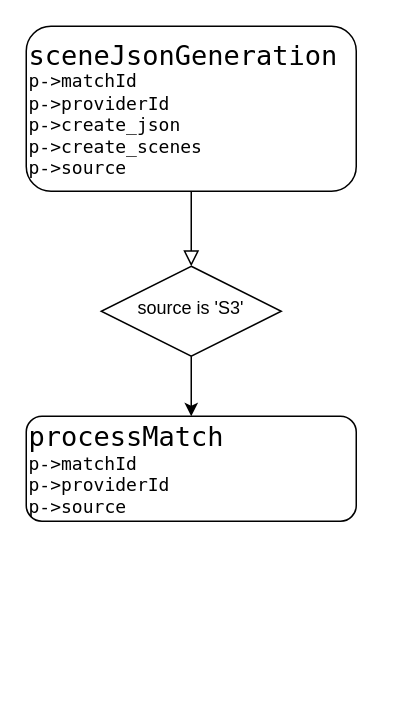
Before: SportsOne/Tactical Insight Generate Scene.drawio in wosary1984/draw.io, a draw.io diagram. Source tidied: cells renumbered, new cells numbered last; positions are measured from the earlier drawing's top-left corner, leaving out a move shared by most shapes. Both pictures are drawn from the tidied source at 150%, with x=0, y=0 at pixel (26, 26).
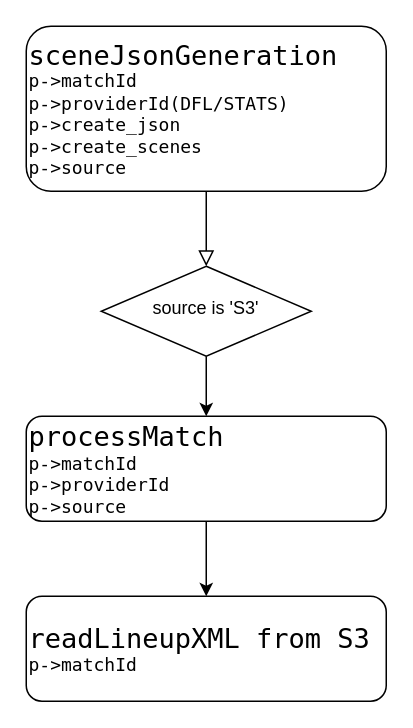
Above is the later version.

What changed in the source:
```diff
@@
 <mxGraphModel>
   <root>
     <mxCell id="0" />
     <mxCell id="1" parent="0" />
     <mxCell id="2" style="rounded=0;html=1;jettySize=auto;fontSize=11;endArrow=block;endFill=0;endSize=8;strokeWidth=1;shadow=0;labelBackgroundColor=none;edgeStyle=orthogonalEdgeStyle;" parent="1" edge="1" source="3" target="5">
       <mxGeometry relative="1" as="geometry" />
     </mxCell>
-    <mxCell id="3" value="&lt;span style=&quot;font-family: &amp;#34;menlo&amp;#34; , &amp;#34;monaco&amp;#34; , &amp;#34;courier new&amp;#34; , monospace ; white-space: pre&quot;&gt;&lt;font style=&quot;font-size: 18px&quot;&gt;sceneJsonGeneration&lt;/font&gt;&lt;br&gt;p-&amp;gt;matchId&lt;br&gt;p-&amp;gt;&lt;/span&gt;&lt;span style=&quot;font-family: &amp;#34;menlo&amp;#34; , &amp;#34;monaco&amp;#34; , &amp;#34;courier new&amp;#34; , monospace ; white-space: pre&quot;&gt;providerId&lt;br&gt;&lt;/span&gt;&lt;span style=&quot;font-family: &amp;#34;menlo&amp;#34; , &amp;#34;monaco&amp;#34; , &amp;#34;courier new&amp;#34; , monospace ; white-space: pre&quot;&gt;p-&amp;gt;&lt;/span&gt;&lt;span style=&quot;font-family: &amp;#34;menlo&amp;#34; , &amp;#34;monaco&amp;#34; , &amp;#34;courier new&amp;#34; , monospace ; white-space: pre&quot;&gt;create_json&lt;/span&gt;&lt;span style=&quot;font-family: &amp;#34;menlo&amp;#34; , &amp;#34;monaco&amp;#34; , &amp;#34;courier new&amp;#34; , monospace ; white-space: pre&quot;&gt;&lt;br&gt;p-&amp;gt;&lt;/span&gt;&lt;span style=&quot;font-family: &amp;#34;menlo&amp;#34; , &amp;#34;monaco&amp;#34; , &amp;#34;courier new&amp;#34; , monospace ; white-space: pre&quot;&gt;create_scenes&lt;/span&gt;&lt;span style=&quot;font-family: &amp;#34;menlo&amp;#34; , &amp;#34;monaco&amp;#34; , &amp;#34;courier new&amp;#34; , monospace ; white-space: pre&quot;&gt;&lt;br&gt;&lt;/span&gt;&lt;span style=&quot;font-family: &amp;#34;menlo&amp;#34; , &amp;#34;monaco&amp;#34; , &amp;#34;courier new&amp;#34; , monospace ; white-space: pre&quot;&gt;p-&amp;gt;&lt;/span&gt;&lt;span style=&quot;font-family: &amp;#34;menlo&amp;#34; , &amp;#34;monaco&amp;#34; , &amp;#34;courier new&amp;#34; , monospace ; white-space: pre&quot;&gt;source&lt;/span&gt;" style="rounded=1;whiteSpace=wrap;html=1;fontSize=12;glass=0;strokeWidth=1;shadow=0;align=left;fontColor=#000000;" parent="1" vertex="1">
-      <mxGeometry width="220" height="110" as="geometry" />
+    <mxCell id="3" value="&lt;span style=&quot;font-family: &amp;#34;menlo&amp;#34; , &amp;#34;monaco&amp;#34; , &amp;#34;courier new&amp;#34; , monospace ; white-space: pre&quot;&gt;&lt;font style=&quot;font-size: 18px&quot;&gt;sceneJsonGeneration&lt;/font&gt;&lt;br&gt;p-&amp;gt;matchId&lt;br&gt;p-&amp;gt;&lt;/span&gt;&lt;span style=&quot;font-family: &amp;#34;menlo&amp;#34; , &amp;#34;monaco&amp;#34; , &amp;#34;courier new&amp;#34; , monospace ; white-space: pre&quot;&gt;providerId(DFL/STATS)&lt;br&gt;&lt;/span&gt;&lt;span style=&quot;font-family: &amp;#34;menlo&amp;#34; , &amp;#34;monaco&amp;#34; , &amp;#34;courier new&amp;#34; , monospace ; white-space: pre&quot;&gt;p-&amp;gt;&lt;/span&gt;&lt;span style=&quot;font-family: &amp;#34;menlo&amp;#34; , &amp;#34;monaco&amp;#34; , &amp;#34;courier new&amp;#34; , monospace ; white-space: pre&quot;&gt;create_json&lt;/span&gt;&lt;span style=&quot;font-family: &amp;#34;menlo&amp;#34; , &amp;#34;monaco&amp;#34; , &amp;#34;courier new&amp;#34; , monospace ; white-space: pre&quot;&gt;&lt;br&gt;p-&amp;gt;&lt;/span&gt;&lt;span style=&quot;font-family: &amp;#34;menlo&amp;#34; , &amp;#34;monaco&amp;#34; , &amp;#34;courier new&amp;#34; , monospace ; white-space: pre&quot;&gt;create_scenes&lt;/span&gt;&lt;span style=&quot;font-family: &amp;#34;menlo&amp;#34; , &amp;#34;monaco&amp;#34; , &amp;#34;courier new&amp;#34; , monospace ; white-space: pre&quot;&gt;&lt;br&gt;&lt;/span&gt;&lt;span style=&quot;font-family: &amp;#34;menlo&amp;#34; , &amp;#34;monaco&amp;#34; , &amp;#34;courier new&amp;#34; , monospace ; white-space: pre&quot;&gt;p-&amp;gt;&lt;/span&gt;&lt;span style=&quot;font-family: &amp;#34;menlo&amp;#34; , &amp;#34;monaco&amp;#34; , &amp;#34;courier new&amp;#34; , monospace ; white-space: pre&quot;&gt;source&lt;/span&gt;" style="rounded=1;whiteSpace=wrap;html=1;fontSize=12;glass=0;strokeWidth=1;shadow=0;align=left;fontColor=#000000;" parent="1" vertex="1">
+      <mxGeometry width="240" height="110" as="geometry" />
     </mxCell>
     <mxCell id="4" style="edgeStyle=orthogonalEdgeStyle;rounded=0;jettySize=auto;html=1;fontColor=#000000;" parent="1" edge="1" source="5" target="6">
       <mxGeometry relative="1" as="geometry" />
     </mxCell>
     <mxCell id="5" value="source is 'S3'" style="rhombus;whiteSpace=wrap;html=1;shadow=0;fontFamily=Helvetica;fontSize=12;align=center;strokeWidth=1;spacing=6;spacingTop=-4;" parent="1" vertex="1">
-      <mxGeometry x="50" y="160" width="120" height="60" as="geometry" />
+      <mxGeometry x="50" y="160" width="140" height="60" as="geometry" />
     </mxCell>
+    <mxCell id="7" style="edgeStyle=orthogonalEdgeStyle;rounded=0;jettySize=auto;html=1;exitX=0.5;exitY=1;exitDx=0;exitDy=0;fontColor=#000000;" parent="1" edge="1" source="6" target="8">
+      <mxGeometry relative="1" as="geometry" />
+    </mxCell>
     <mxCell id="6" value="&lt;span style=&quot;font-family: &amp;#34;menlo&amp;#34; , &amp;#34;monaco&amp;#34; , &amp;#34;courier new&amp;#34; , monospace ; white-space: pre&quot;&gt;&lt;span style=&quot;font-size: 18px&quot;&gt;processMatch&lt;/span&gt;&lt;br&gt;p-&amp;gt;matchId&lt;br&gt;p-&amp;gt;&lt;/span&gt;&lt;span style=&quot;font-family: &amp;#34;menlo&amp;#34; , &amp;#34;monaco&amp;#34; , &amp;#34;courier new&amp;#34; , monospace ; white-space: pre&quot;&gt;providerId&lt;/span&gt;&lt;span style=&quot;font-family: &amp;#34;menlo&amp;#34; , &amp;#34;monaco&amp;#34; , &amp;#34;courier new&amp;#34; , monospace ; white-space: pre&quot;&gt;&lt;br&gt;&lt;/span&gt;&lt;span style=&quot;font-family: &amp;#34;menlo&amp;#34; , &amp;#34;monaco&amp;#34; , &amp;#34;courier new&amp;#34; , monospace ; white-space: pre&quot;&gt;p-&amp;gt;&lt;/span&gt;&lt;span style=&quot;font-family: &amp;#34;menlo&amp;#34; , &amp;#34;monaco&amp;#34; , &amp;#34;courier new&amp;#34; , monospace ; white-space: pre&quot;&gt;source&lt;/span&gt;" style="rounded=1;whiteSpace=wrap;html=1;fontSize=12;glass=0;strokeWidth=1;shadow=0;align=left;fontColor=#000000;" parent="1" vertex="1">
-      <mxGeometry y="260" width="220" height="70" as="geometry" />
+      <mxGeometry y="260" width="240" height="70" as="geometry" />
     </mxCell>
+    <mxCell id="8" value="&lt;span style=&quot;font-family: &amp;#34;menlo&amp;#34; , &amp;#34;monaco&amp;#34; , &amp;#34;courier new&amp;#34; , monospace ; white-space: pre&quot;&gt;&lt;span style=&quot;font-size: 18px&quot;&gt;readLineupXML from S3 &lt;/span&gt;&lt;br&gt;p-&amp;gt;matchId&lt;br&gt;&lt;/span&gt;" style="rounded=1;whiteSpace=wrap;html=1;fontSize=12;glass=0;strokeWidth=1;shadow=0;align=left;fontColor=#000000;" parent="1" vertex="1">
+      <mxGeometry y="380" width="240" height="70" as="geometry" />
+    </mxCell>
   </root>
 </mxGraphModel>
```
